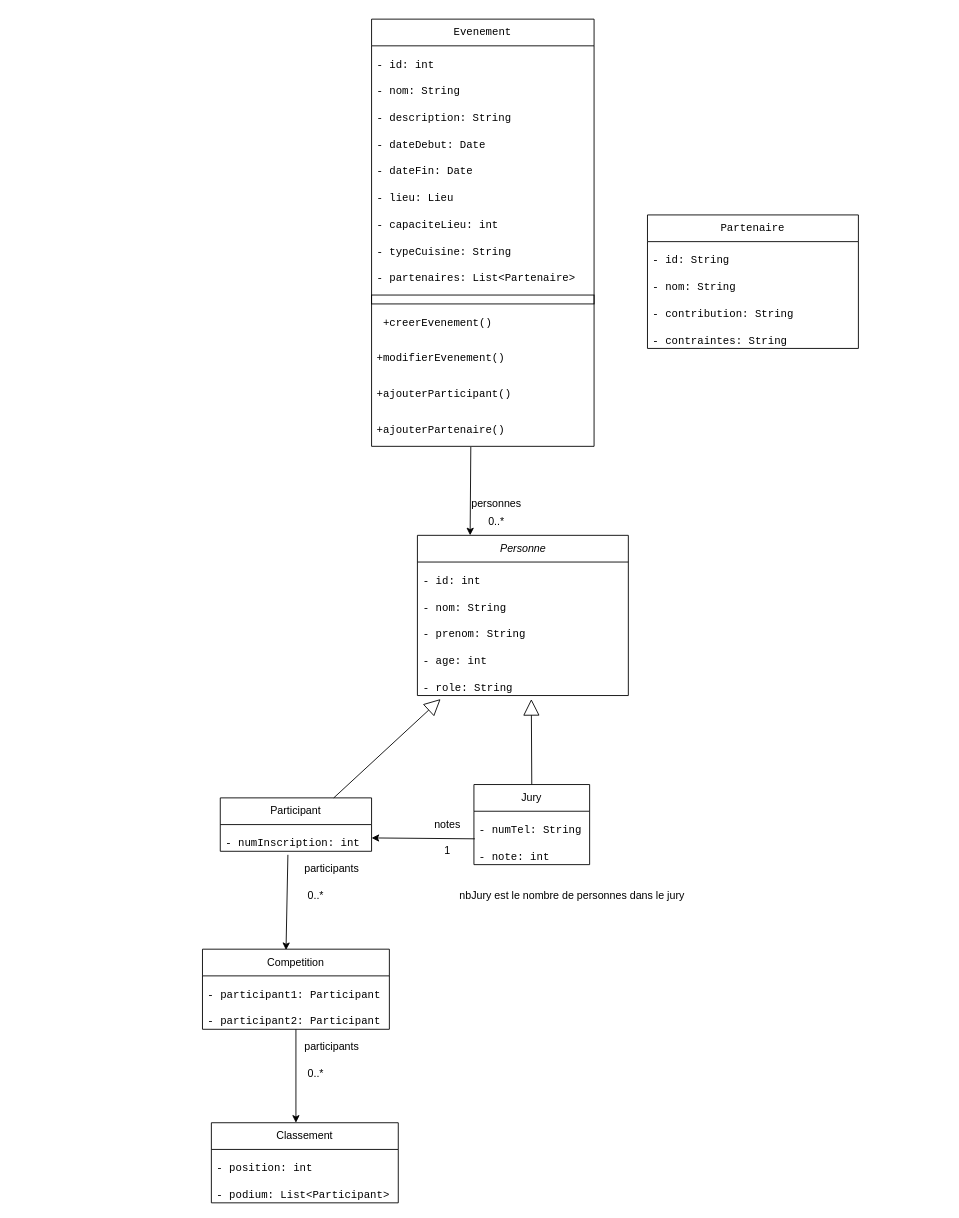
This is Conception/diagramme de classe méthodes.drawio from CSliveR/Chief-s-Arena, a draw.io file, before an edit. Source tidied: cells renumbered, new cells numbered last; positions are measured from the earlier drawing's top-left corner, leaving out a move shared by most shapes. Both pictures are drawn from the tidied source at 89%, with x=0, y=0 at pixel (202, 19).
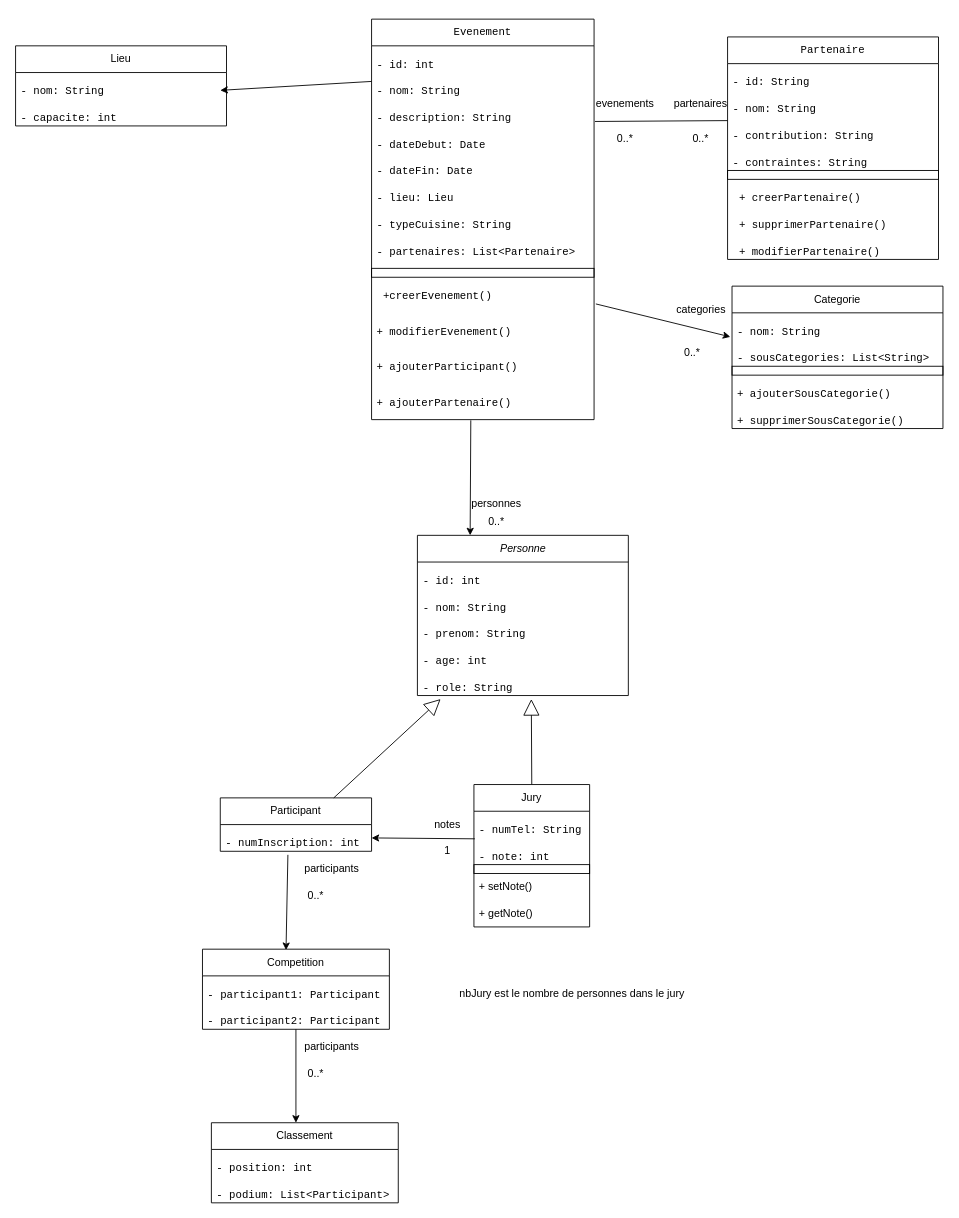
After the change.

Unchanged cells that the change refers to:
```xml
<mxCell id="5" value="&lt;pre&gt;&lt;code class=&quot;!whitespace-pre hljs language-plaintext&quot;&gt;- description: String&lt;/code&gt;&lt;/pre&gt;" style="text;strokeColor=none;fillColor=none;align=left;verticalAlign=middle;spacingLeft=4;spacingRight=4;overflow=hidden;points=[[0,0.5],[1,0.5]];portConstraint=eastwest;whiteSpace=wrap;html=1;" parent="2" vertex="1">
  <mxGeometry y="90" width="250" height="30" as="geometry" />
</mxCell>
```

The edit, as a diff of the source:
```diff
@@
     <mxCell id="2" value="&lt;pre&gt;&lt;code class=&quot;!whitespace-pre hljs language-plaintext&quot;&gt;Evenement&lt;/code&gt;&lt;/pre&gt;" style="swimlane;fontStyle=0;horizontal=1;startSize=30;whiteSpace=wrap;html=1;" parent="1" vertex="1">
-      <mxGeometry x="190" width="250" height="480" as="geometry" />
+      <mxGeometry x="190" width="250" height="450" as="geometry" />
     </mxCell>
@@
-    <mxCell id="9" value="&lt;pre&gt;&lt;code class=&quot;!whitespace-pre hljs language-plaintext&quot;&gt;- capaciteLieu: int&lt;/code&gt;&lt;/pre&gt;" style="text;strokeColor=none;fillColor=none;align=left;verticalAlign=middle;spacingLeft=4;spacingRight=4;overflow=hidden;whiteSpace=wrap;html=1;" parent="2" vertex="1">
-      <mxGeometry y="210" width="250" height="30" as="geometry" />
-    </mxCell>
     <mxCell id="10" value="&lt;pre&gt;&lt;code class=&quot;!whitespace-pre hljs language-plaintext&quot;&gt;- typeCuisine: String&lt;/code&gt;&lt;/pre&gt;" style="text;strokeColor=none;fillColor=none;align=left;verticalAlign=middle;spacingLeft=4;spacingRight=4;overflow=hidden;whiteSpace=wrap;html=1;" parent="2" vertex="1">
-      <mxGeometry y="240" width="250" height="30" as="geometry" />
+      <mxGeometry y="210" width="250" height="30" as="geometry" />
     </mxCell>
     <mxCell id="11" value="&lt;pre&gt;&lt;code class=&quot;!whitespace-pre hljs language-plaintext&quot;&gt;- partenaires: List&amp;lt;Partenaire&amp;gt;&lt;/code&gt;&lt;/pre&gt;" style="text;strokeColor=none;fillColor=none;align=left;verticalAlign=middle;spacingLeft=4;spacingRight=4;overflow=hidden;whiteSpace=wrap;html=1;" parent="2" vertex="1">
-      <mxGeometry y="270" width="250" height="40" as="geometry" />
+      <mxGeometry y="240" width="250" height="40" as="geometry" />
     </mxCell>
     <mxCell id="12" value="&lt;p style=&quot;line-height: 160%;&quot;&gt;&lt;br&gt;&lt;/p&gt;" style="text;strokeColor=default;fillColor=none;align=left;verticalAlign=middle;spacingLeft=4;spacingRight=4;overflow=hidden;whiteSpace=wrap;html=1;strokeWidth=1;" parent="2" vertex="1">
-      <mxGeometry y="310" width="250" height="10" as="geometry" />
+      <mxGeometry y="280" width="250" height="10" as="geometry" />
     </mxCell>
     <mxCell id="13" value="&lt;pre&gt;&lt;code class=&quot;!whitespace-pre hljs language-plaintext&quot;&gt; +creerEvenement()&lt;/code&gt;&lt;/pre&gt;" style="text;strokeColor=none;fillColor=none;align=left;verticalAlign=middle;spacingLeft=4;spacingRight=4;overflow=hidden;points=[[0,0.5],[1,0.5]];portConstraint=eastwest;whiteSpace=wrap;html=1;" parent="2" vertex="1">
-      <mxGeometry y="320" width="250" height="40" as="geometry" />
+      <mxGeometry y="290" width="250" height="40" as="geometry" />
     </mxCell>
-    <mxCell id="14" value="&lt;pre&gt;&lt;code class=&quot;!whitespace-pre hljs language-plaintext&quot;&gt;+modifierEvenement()&lt;/code&gt;&lt;/pre&gt;" style="text;strokeColor=none;fillColor=none;align=left;verticalAlign=middle;spacingLeft=4;spacingRight=4;overflow=hidden;whiteSpace=wrap;html=1;" parent="2" vertex="1">
-      <mxGeometry y="360" width="250" height="40" as="geometry" />
+    <mxCell id="14" value="&lt;pre&gt;&lt;code class=&quot;!whitespace-pre hljs language-plaintext&quot;&gt;+ modifierEvenement()&lt;/code&gt;&lt;/pre&gt;" style="text;strokeColor=none;fillColor=none;align=left;verticalAlign=middle;spacingLeft=4;spacingRight=4;overflow=hidden;whiteSpace=wrap;html=1;" parent="2" vertex="1">
+      <mxGeometry y="330" width="250" height="40" as="geometry" />
     </mxCell>
-    <mxCell id="15" value="&lt;pre&gt;&lt;code class=&quot;!whitespace-pre hljs language-plaintext&quot;&gt;+ajouterParticipant()&lt;/code&gt;&lt;/pre&gt;" style="text;strokeColor=none;fillColor=none;align=left;verticalAlign=middle;spacingLeft=4;spacingRight=4;overflow=hidden;whiteSpace=wrap;html=1;" parent="2" vertex="1">
-      <mxGeometry y="400" width="250" height="40" as="geometry" />
+    <mxCell id="15" value="&lt;pre&gt;&lt;code class=&quot;!whitespace-pre hljs language-plaintext&quot;&gt;+ ajouterParticipant()&lt;/code&gt;&lt;/pre&gt;" style="text;strokeColor=none;fillColor=none;align=left;verticalAlign=middle;spacingLeft=4;spacingRight=4;overflow=hidden;whiteSpace=wrap;html=1;" parent="2" vertex="1">
+      <mxGeometry y="370" width="250" height="40" as="geometry" />
     </mxCell>
-    <mxCell id="16" value="&lt;pre&gt;&lt;code class=&quot;!whitespace-pre hljs language-plaintext&quot;&gt;+ajouterPartenaire()&lt;/code&gt;&lt;/pre&gt;" style="text;strokeColor=none;fillColor=none;align=left;verticalAlign=middle;spacingLeft=4;spacingRight=4;overflow=hidden;points=[[0,0.5],[1,0.5]];portConstraint=eastwest;whiteSpace=wrap;html=1;" parent="2" vertex="1">
-      <mxGeometry y="440" width="250" height="40" as="geometry" />
+    <mxCell id="16" value="&lt;pre&gt;&lt;code class=&quot;!whitespace-pre hljs language-plaintext&quot;&gt;+ ajouterPartenaire()&lt;/code&gt;&lt;/pre&gt;" style="text;strokeColor=none;fillColor=none;align=left;verticalAlign=middle;spacingLeft=4;spacingRight=4;overflow=hidden;points=[[0,0.5],[1,0.5]];portConstraint=eastwest;whiteSpace=wrap;html=1;" parent="2" vertex="1">
+      <mxGeometry y="410" width="250" height="40" as="geometry" />
     </mxCell>
     <mxCell id="17" value="&lt;pre&gt;&lt;br&gt;&lt;/pre&gt;" style="text;strokeColor=default;fillColor=none;align=left;verticalAlign=middle;spacingLeft=4;spacingRight=4;overflow=hidden;whiteSpace=wrap;html=1;" parent="2" vertex="1">
-      <mxGeometry y="480" width="250" as="geometry" />
+      <mxGeometry y="450" width="250" as="geometry" />
     </mxCell>
     <mxCell id="18" value="&lt;pre&gt;&lt;code class=&quot;!whitespace-pre hljs language-plaintext&quot;&gt;Partenaire&lt;/code&gt;&lt;/pre&gt;" style="swimlane;fontStyle=0;horizontal=1;startSize=30;whiteSpace=wrap;html=1;" parent="1" vertex="1">
-      <mxGeometry x="500" y="220" width="237" height="150" as="geometry" />
+      <mxGeometry x="590" y="20" width="237" height="250" as="geometry" />
     </mxCell>
@@
+    <mxCell id="61" style="text;strokeColor=default;fillColor=none;align=left;verticalAlign=middle;spacingLeft=4;spacingRight=4;overflow=hidden;whiteSpace=wrap;html=1;" parent="18" vertex="1">
+      <mxGeometry y="150" width="237" height="10" as="geometry" />
+    </mxCell>
+    <mxCell id="62" value="&lt;pre&gt;&lt;code class=&quot;!whitespace-pre hljs language-plaintext&quot;&gt; + creerPartenaire()&lt;/code&gt;&lt;/pre&gt;" style="text;strokeColor=none;fillColor=none;align=left;verticalAlign=middle;spacingLeft=4;spacingRight=4;overflow=hidden;whiteSpace=wrap;html=1;" parent="18" vertex="1">
+      <mxGeometry y="160" width="237" height="30" as="geometry" />
+    </mxCell>
     <mxCell id="23" value="&lt;pre&gt;&lt;br&gt;&lt;/pre&gt;" style="text;strokeColor=default;fillColor=none;align=left;verticalAlign=middle;spacingLeft=4;spacingRight=4;overflow=hidden;whiteSpace=wrap;html=1;" parent="18" vertex="1">
-      <mxGeometry y="150" width="237" as="geometry" />
+      <mxGeometry y="190" width="237" as="geometry" />
     </mxCell>
+    <mxCell id="63" value="&lt;pre&gt;&lt;code class=&quot;!whitespace-pre hljs language-plaintext&quot;&gt; + supprimerPartenaire()&lt;/code&gt;&lt;/pre&gt;" style="text;strokeColor=none;fillColor=none;align=left;verticalAlign=middle;spacingLeft=4;spacingRight=4;overflow=hidden;whiteSpace=wrap;html=1;" parent="18" vertex="1">
+      <mxGeometry y="190" width="237" height="30" as="geometry" />
+    </mxCell>
+    <mxCell id="64" value="&lt;pre&gt;&lt;code class=&quot;!whitespace-pre hljs language-plaintext&quot;&gt; + modifierPartenaire()&lt;/code&gt;&lt;/pre&gt;" style="text;strokeColor=none;fillColor=none;align=left;verticalAlign=middle;spacingLeft=4;spacingRight=4;overflow=hidden;whiteSpace=wrap;html=1;" parent="18" vertex="1">
+      <mxGeometry y="220" width="237" height="30" as="geometry" />
+    </mxCell>
@@
     <mxCell id="36" value="Jury" style="swimlane;fontStyle=0;horizontal=1;startSize=30;whiteSpace=wrap;html=1;" parent="1" vertex="1">
-      <mxGeometry x="305" y="860" width="130" height="90" as="geometry" />
+      <mxGeometry x="305" y="860" width="130" height="160" as="geometry" />
     </mxCell>
@@
+    <mxCell id="65" style="text;strokeColor=default;fillColor=none;align=left;verticalAlign=middle;spacingLeft=4;spacingRight=4;overflow=hidden;whiteSpace=wrap;html=1;" parent="36" vertex="1">
+      <mxGeometry y="90" width="130" height="10" as="geometry" />
+    </mxCell>
+    <mxCell id="66" value="&lt;div&gt;+ setNote()&lt;/div&gt;" style="text;strokeColor=none;fillColor=none;align=left;verticalAlign=middle;spacingLeft=4;spacingRight=4;overflow=hidden;whiteSpace=wrap;html=1;" parent="36" vertex="1">
+      <mxGeometry y="100" width="130" height="30" as="geometry" />
+    </mxCell>
+    <mxCell id="67" value="&lt;div&gt;+ getNote()&lt;/div&gt;" style="text;strokeColor=none;fillColor=none;align=left;verticalAlign=middle;spacingLeft=4;spacingRight=4;overflow=hidden;whiteSpace=wrap;html=1;" parent="36" vertex="1">
+      <mxGeometry y="130" width="130" height="30" as="geometry" />
+    </mxCell>
@@
     <mxCell id="59" value="&lt;div&gt;nbJury est le nombre de personnes dans le jury&lt;/div&gt;" style="text;html=1;align=center;verticalAlign=middle;strokeColor=none;fillColor=none;" parent="1" vertex="1">
-      <mxGeometry x="270" y="970" width="290" height="30" as="geometry" />
+      <mxGeometry x="270" y="1080" width="290" height="30" as="geometry" />
     </mxCell>
@@
+    <mxCell id="68" value="Categorie" style="swimlane;fontStyle=0;horizontal=1;startSize=30;whiteSpace=wrap;html=1;" parent="1" vertex="1">
+      <mxGeometry x="595" y="300" width="237" height="160" as="geometry" />
+    </mxCell>
+    <mxCell id="69" value="&lt;pre&gt;&lt;code class=&quot;!whitespace-pre hljs language-plaintext&quot;&gt;- nom: String&lt;/code&gt;&lt;/pre&gt;" style="text;strokeColor=none;fillColor=none;align=left;verticalAlign=middle;spacingLeft=4;spacingRight=4;overflow=hidden;points=[[0,0.5],[1,0.5]];portConstraint=eastwest;whiteSpace=wrap;html=1;" parent="68" vertex="1">
+      <mxGeometry y="30" width="237" height="30" as="geometry" />
+    </mxCell>
+    <mxCell id="70" value="&lt;pre&gt;&lt;code class=&quot;!whitespace-pre hljs language-plaintext&quot;&gt;- sousCategories: List&amp;lt;String&amp;gt;&lt;/code&gt;&lt;/pre&gt;" style="text;strokeColor=none;fillColor=none;align=left;verticalAlign=middle;spacingLeft=4;spacingRight=4;overflow=hidden;whiteSpace=wrap;html=1;" parent="68" vertex="1">
+      <mxGeometry y="60" width="237" height="30" as="geometry" />
+    </mxCell>
+    <mxCell id="71" value="&lt;pre&gt;&lt;code class=&quot;!whitespace-pre hljs language-plaintext&quot;&gt;&lt;br&gt;&lt;/code&gt;&lt;/pre&gt;" style="text;strokeColor=default;fillColor=none;align=left;verticalAlign=middle;spacingLeft=4;spacingRight=4;overflow=hidden;whiteSpace=wrap;html=1;" parent="68" vertex="1">
+      <mxGeometry y="90" width="237" height="10" as="geometry" />
+    </mxCell>
+    <mxCell id="72" value="&lt;pre&gt;&lt;code class=&quot;!whitespace-pre hljs language-plaintext&quot;&gt;+ ajouterSousCategorie()&lt;/code&gt;&lt;/pre&gt;" style="text;strokeColor=none;fillColor=none;align=left;verticalAlign=middle;spacingLeft=4;spacingRight=4;overflow=hidden;whiteSpace=wrap;html=1;" parent="68" vertex="1">
+      <mxGeometry y="100" width="237" height="30" as="geometry" />
+    </mxCell>
+    <mxCell id="73" value="&lt;pre&gt;&lt;code class=&quot;!whitespace-pre hljs language-plaintext&quot;&gt;+ supprimerSousCategorie()&lt;/code&gt;&lt;/pre&gt;" style="text;strokeColor=none;fillColor=none;align=left;verticalAlign=middle;spacingLeft=4;spacingRight=4;overflow=hidden;whiteSpace=wrap;html=1;" parent="68" vertex="1">
+      <mxGeometry y="130" width="237" height="30" as="geometry" />
+    </mxCell>
+    <mxCell id="74" value="&lt;pre&gt;&lt;br&gt;&lt;/pre&gt;" style="text;strokeColor=default;fillColor=none;align=left;verticalAlign=middle;spacingLeft=4;spacingRight=4;overflow=hidden;whiteSpace=wrap;html=1;" parent="68" vertex="1">
+      <mxGeometry y="160" width="237" as="geometry" />
+    </mxCell>
+    <mxCell id="75" value="categories" style="text;html=1;align=center;verticalAlign=middle;strokeColor=none;fillColor=none;" parent="1" vertex="1">
+      <mxGeometry x="520" y="312" width="80" height="30" as="geometry" />
+    </mxCell>
+    <mxCell id="76" value="&lt;div&gt;0..*&lt;/div&gt;" style="text;html=1;align=center;verticalAlign=middle;strokeColor=none;fillColor=none;" parent="1" vertex="1">
+      <mxGeometry x="530" y="360" width="40" height="30" as="geometry" />
+    </mxCell>
+    <mxCell id="77" style="endArrow=classic;html=1;rounded=0;exitX=1.008;exitY=0.75;exitDx=0;exitDy=0;exitPerimeter=0;entryX=-0.008;entryY=0.9;entryDx=0;entryDy=0;entryPerimeter=0;" parent="1" edge="1" source="13" target="69">
+      <mxGeometry relative="1" as="geometry" />
+    </mxCell>
+    <mxCell id="78" style="endArrow=none;html=1;rounded=0;exitX=1.004;exitY=0.833;exitDx=0;exitDy=0;exitPerimeter=0;" parent="1" edge="1" source="5">
+      <mxGeometry relative="1" as="geometry">
+        <mxPoint x="590" y="114" as="targetPoint" />
+      </mxGeometry>
+    </mxCell>
+    <mxCell id="79" value="0..*" style="text;html=1;align=center;verticalAlign=middle;whiteSpace=wrap;rounded=0;" parent="1" vertex="1">
+      <mxGeometry x="530" y="120" width="60" height="30" as="geometry" />
+    </mxCell>
+    <mxCell id="80" value="partenaires" style="text;html=1;align=center;verticalAlign=middle;whiteSpace=wrap;rounded=0;" parent="1" vertex="1">
+      <mxGeometry x="530" y="80" width="60" height="30" as="geometry" />
+    </mxCell>
+    <mxCell id="81" value="evenements" style="text;html=1;align=center;verticalAlign=middle;whiteSpace=wrap;rounded=0;" parent="1" vertex="1">
+      <mxGeometry x="445" y="80" width="60" height="30" as="geometry" />
+    </mxCell>
+    <mxCell id="82" value="0..*" style="text;html=1;align=center;verticalAlign=middle;whiteSpace=wrap;rounded=0;" parent="1" vertex="1">
+      <mxGeometry x="445" y="120" width="60" height="30" as="geometry" />
+    </mxCell>
+    <mxCell id="83" value="Lieu" style="swimlane;fontStyle=0;horizontal=1;startSize=30;whiteSpace=wrap;html=1;" parent="1" vertex="1">
+      <mxGeometry x="-210" y="30" width="237" height="90" as="geometry" />
+    </mxCell>
+    <mxCell id="84" value="&lt;pre&gt;&lt;code class=&quot;!whitespace-pre hljs language-plaintext&quot;&gt;- nom: String&lt;/code&gt;&lt;/pre&gt;" style="text;strokeColor=none;fillColor=none;align=left;verticalAlign=middle;spacingLeft=4;spacingRight=4;overflow=hidden;whiteSpace=wrap;html=1;" parent="83" vertex="1">
+      <mxGeometry y="30" width="237" height="30" as="geometry" />
+    </mxCell>
+    <mxCell id="85" value="&lt;pre&gt;&lt;code class=&quot;!whitespace-pre hljs language-plaintext&quot;&gt;- capacite: int&lt;/code&gt;&lt;/pre&gt;" style="text;strokeColor=none;fillColor=none;align=left;verticalAlign=middle;spacingLeft=4;spacingRight=4;overflow=hidden;whiteSpace=wrap;html=1;" parent="83" vertex="1">
+      <mxGeometry y="60" width="237" height="30" as="geometry" />
+    </mxCell>
+    <mxCell id="86" value="&lt;pre&gt;&lt;br&gt;&lt;/pre&gt;" style="text;strokeColor=default;fillColor=none;align=left;verticalAlign=middle;spacingLeft=4;spacingRight=4;overflow=hidden;whiteSpace=wrap;html=1;" parent="83" vertex="1">
+      <mxGeometry y="90" width="237" as="geometry" />
+    </mxCell>
+    <mxCell id="87" style="endArrow=classic;html=1;rounded=0;exitX=0;exitY=0.5;exitDx=0;exitDy=0;" parent="1" edge="1">
+      <mxGeometry relative="1" as="geometry">
+        <mxPoint x="190" y="70" as="sourcePoint" />
+        <mxPoint x="20" y="80" as="targetPoint" />
+      </mxGeometry>
+    </mxCell>
```
